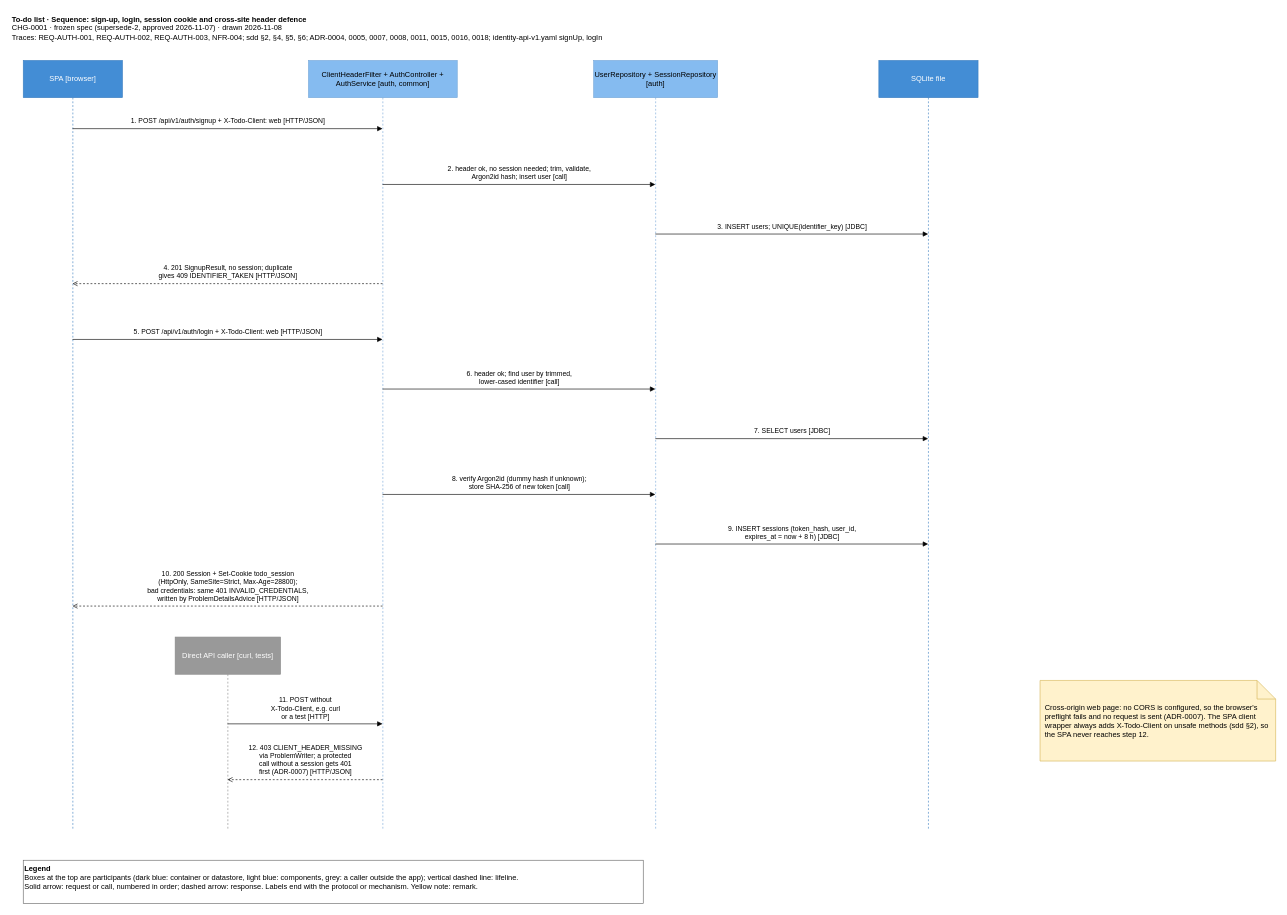
Before: docs/specs/CHG-0001/design/architecture/seq-signup-login.drawio in alokkulkarni/testharness2, a draw.io diagram. Source tidied: cells renumbered, new cells numbered last; positions are measured from the earlier drawing's top-left corner, leaving out a move shared by most shapes. Both pictures are drawn from the tidied source at 62%, with x=0, y=0 at pixel (11, 11).
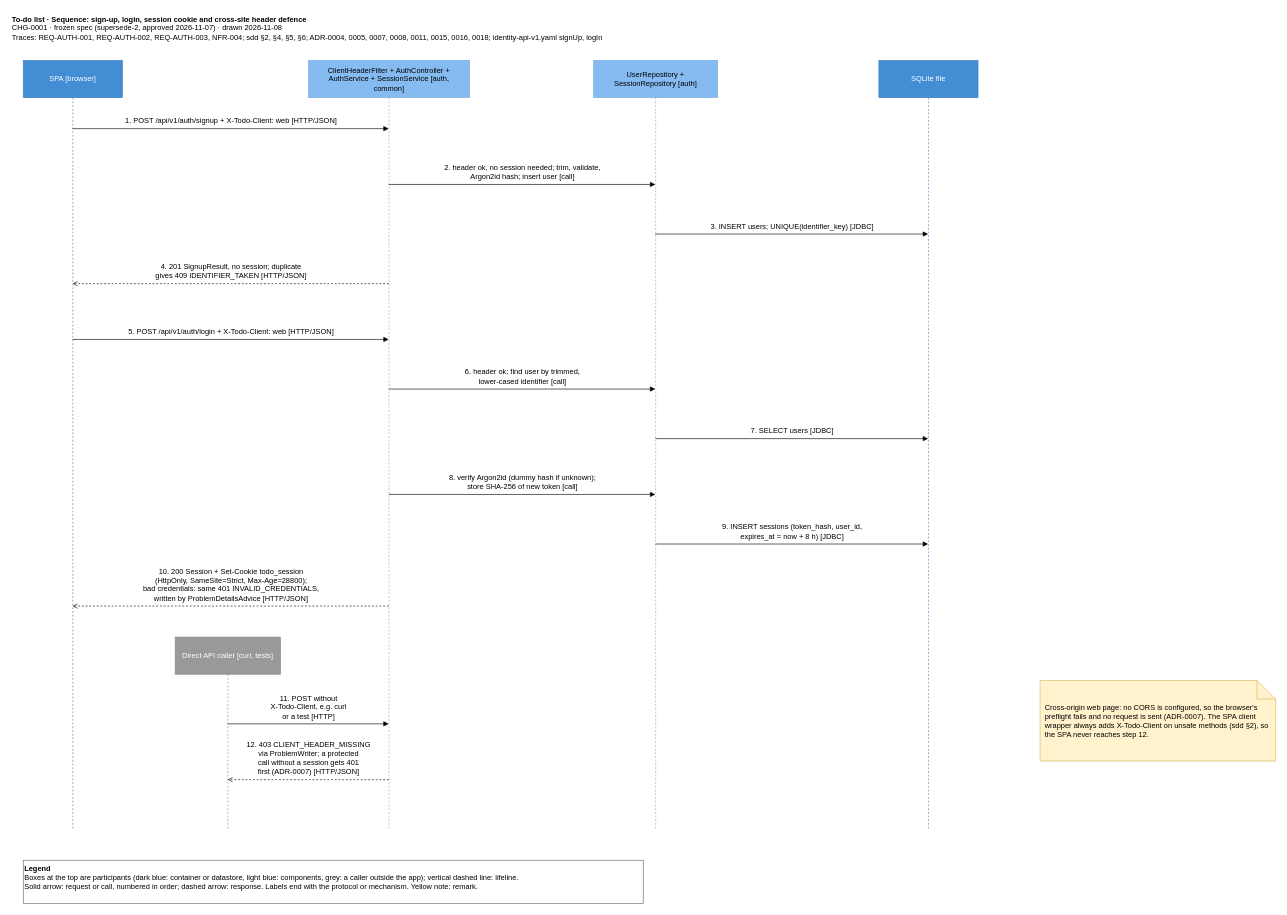
The same page after the edit.

Diff of the diagram source:
```diff
@@
-    <mxCell id="2" value="&lt;b&gt;To-do list · Sequence: sign-up, login, session cookie and cross-site header defence&lt;/b&gt;&lt;br&gt;CHG-0001 · frozen spec (supersede-2, approved 2026-11-07) · drawn 2026-11-08&lt;br&gt;Traces: REQ-AUTH-001, REQ-AUTH-002, REQ-AUTH-003, NFR-004; sdd §2, §4, §5, §6; ADR-0004, 0005, 0007, 0008, 0011, 0015, 0016, 0018; identity-api-v1.yaml signUp, logIn" style="text;harness=title;html=1;align=left;verticalAlign=top;whiteSpace=wrap;" parent="1" vertex="1">
+    <mxCell id="2" value="&lt;b&gt;To-do list · Sequence: sign-up, login, session cookie and cross-site header defence&lt;/b&gt;&lt;br&gt;CHG-0001 · frozen spec (supersede-2, approved 2026-11-07) · drawn 2026-11-08&lt;br&gt;Traces: REQ-AUTH-001, REQ-AUTH-002, REQ-AUTH-003, NFR-004; sdd §2, §4, §5, §6; ADR-0004, 0005, 0007, 0008, 0011, 0015, 0016, 0018; identity-api-v1.yaml signUp, logIn" style="text;fontSize=12;harness=title;html=1;align=left;verticalAlign=top;whiteSpace=wrap;" parent="1" vertex="1">
       <mxGeometry width="1400" height="70" as="geometry" />
     </mxCell>
-    <mxCell id="3" value="SPA [browser]" style="shape=umlLifeline;perimeter=lifelinePerimeter;whiteSpace=wrap;html=1;outlineConnect=0;size=60;fillColor=#438DD5;strokeColor=#3C7FC0;fontColor=#FFFFFF;" parent="1" vertex="1">
+    <mxCell id="3" value="SPA [browser]" style="shape=umlLifeline;fontSize=12;spacingLeft=8;spacingRight=8;perimeter=lifelinePerimeter;whiteSpace=wrap;html=1;outlineConnect=0;size=60;fillColor=#438DD5;strokeColor=#3C7FC0;fontColor=#FFFFFF;" parent="1" vertex="1">
       <mxGeometry x="20" y="80" width="160" height="1240" as="geometry" />
     </mxCell>
-    <mxCell id="4" value="Direct API caller [curl, tests]" style="shape=umlLifeline;perimeter=lifelinePerimeter;whiteSpace=wrap;html=1;outlineConnect=0;size=60;fillColor=#999999;strokeColor=#8A8A8A;fontColor=#FFFFFF;" parent="1" vertex="1">
+    <mxCell id="4" value="Direct API caller [curl, tests]" style="shape=umlLifeline;fontSize=12;spacingLeft=8;spacingRight=8;perimeter=lifelinePerimeter;whiteSpace=wrap;html=1;outlineConnect=0;size=60;fillColor=#999999;strokeColor=#8A8A8A;fontColor=#FFFFFF;" parent="1" vertex="1">
       <mxGeometry x="265" y="1010" width="170" height="310" as="geometry" />
     </mxCell>
-    <mxCell id="5" value="ClientHeaderFilter + AuthController + AuthService [auth, common]" style="shape=umlLifeline;perimeter=lifelinePerimeter;whiteSpace=wrap;html=1;outlineConnect=0;size=60;fillColor=#85BBF0;strokeColor=#78A8D8;" parent="1" vertex="1">
-      <mxGeometry x="480" y="80" width="240" height="1240" as="geometry" />
+    <mxCell id="5" value="ClientHeaderFilter + AuthController + AuthService + SessionService [auth, common]" style="shape=umlLifeline;fontSize=12;spacingLeft=8;spacingRight=8;perimeter=lifelinePerimeter;whiteSpace=wrap;html=1;outlineConnect=0;size=60;fillColor=#85BBF0;strokeColor=#78A8D8;" parent="1" vertex="1">
+      <mxGeometry x="480" y="80" width="260" height="1240" as="geometry" />
     </mxCell>
-    <mxCell id="6" value="UserRepository + SessionRepository [auth]" style="shape=umlLifeline;perimeter=lifelinePerimeter;whiteSpace=wrap;html=1;outlineConnect=0;size=60;fillColor=#85BBF0;strokeColor=#78A8D8;" parent="1" vertex="1">
+    <mxCell id="6" value="UserRepository + SessionRepository [auth]" style="shape=umlLifeline;fontSize=12;spacingLeft=8;spacingRight=8;perimeter=lifelinePerimeter;whiteSpace=wrap;html=1;outlineConnect=0;size=60;fillColor=#85BBF0;strokeColor=#78A8D8;" parent="1" vertex="1">
       <mxGeometry x="940" y="80" width="200" height="1240" as="geometry" />
     </mxCell>
-    <mxCell id="7" value="SQLite file" style="shape=umlLifeline;perimeter=lifelinePerimeter;whiteSpace=wrap;html=1;outlineConnect=0;size=60;fillColor=#438DD5;strokeColor=#3C7FC0;fontColor=#FFFFFF;" parent="1" vertex="1">
+    <mxCell id="7" value="SQLite file" style="shape=umlLifeline;fontSize=12;spacingLeft=8;spacingRight=8;perimeter=lifelinePerimeter;whiteSpace=wrap;html=1;outlineConnect=0;size=60;fillColor=#438DD5;strokeColor=#3C7FC0;fontColor=#FFFFFF;" parent="1" vertex="1">
       <mxGeometry x="1400" y="80" width="160" height="1240" as="geometry" />
     </mxCell>
-    <mxCell id="8" value="1. POST /api/v1/auth/signup + X-Todo-Client: web [HTTP/JSON]" style="html=1;endArrow=block;verticalAlign=bottom;spacingBottom=3;exitX=0.5;exitY=0.0887;entryX=0.5;entryY=0.0887;" parent="1" edge="1" source="3" target="5">
+    <mxCell id="8" value="1. POST /api/v1/auth/signup + X-Todo-Client: web [HTTP/JSON]" style="html=1;fontSize=12;endArrow=block;verticalAlign=bottom;spacingBottom=3;exitX=0.5;exitY=0.0887;entryX=0.5;entryY=0.0887;" parent="1" edge="1" source="3" target="5">
       <mxGeometry relative="1" as="geometry" />
     </mxCell>
-    <mxCell id="9" value="2. header ok, no session needed; trim, validate,&lt;br&gt;Argon2id hash; insert user [call]" style="html=1;endArrow=block;verticalAlign=bottom;spacingBottom=3;exitX=0.5;exitY=0.1613;entryX=0.5;entryY=0.1613;" parent="1" edge="1" source="5" target="6">
+    <mxCell id="9" value="2. header ok, no session needed; trim, validate,&lt;br&gt;Argon2id hash; insert user [call]" style="html=1;fontSize=12;endArrow=block;verticalAlign=bottom;spacingBottom=3;exitX=0.5;exitY=0.1613;entryX=0.5;entryY=0.1613;" parent="1" edge="1" source="5" target="6">
       <mxGeometry relative="1" as="geometry" />
     </mxCell>
-    <mxCell id="10" value="3. INSERT users; UNIQUE(identifier_key) [JDBC]" style="html=1;endArrow=block;verticalAlign=bottom;spacingBottom=3;exitX=0.5;exitY=0.2258;entryX=0.5;entryY=0.2258;" parent="1" edge="1" source="6" target="7">
+    <mxCell id="10" value="3. INSERT users; UNIQUE(identifier_key) [JDBC]" style="html=1;fontSize=12;endArrow=block;verticalAlign=bottom;spacingBottom=3;exitX=0.5;exitY=0.2258;entryX=0.5;entryY=0.2258;" parent="1" edge="1" source="6" target="7">
       <mxGeometry relative="1" as="geometry" />
     </mxCell>
-    <mxCell id="11" value="4. 201 SignupResult, no session; duplicate&lt;br&gt;gives 409 IDENTIFIER_TAKEN [HTTP/JSON]" style="html=1;endArrow=open;dashed=1;verticalAlign=bottom;spacingBottom=3;exitX=0.5;exitY=0.2903;entryX=0.5;entryY=0.2903;" parent="1" edge="1" source="5" target="3">
+    <mxCell id="11" value="4. 201 SignupResult, no session; duplicate&lt;br&gt;gives 409 IDENTIFIER_TAKEN [HTTP/JSON]" style="html=1;fontSize=12;endArrow=open;dashed=1;verticalAlign=bottom;spacingBottom=3;exitX=0.5;exitY=0.2903;entryX=0.5;entryY=0.2903;" parent="1" edge="1" source="5" target="3">
       <mxGeometry relative="1" as="geometry" />
     </mxCell>
-    <mxCell id="12" value="5. POST /api/v1/auth/login + X-Todo-Client: web [HTTP/JSON]" style="html=1;endArrow=block;verticalAlign=bottom;spacingBottom=3;exitX=0.5;exitY=0.3629;entryX=0.5;entryY=0.3629;" parent="1" edge="1" source="3" target="5">
+    <mxCell id="12" value="5. POST /api/v1/auth/login + X-Todo-Client: web [HTTP/JSON]" style="html=1;fontSize=12;endArrow=block;verticalAlign=bottom;spacingBottom=3;exitX=0.5;exitY=0.3629;entryX=0.5;entryY=0.3629;" parent="1" edge="1" source="3" target="5">
       <mxGeometry relative="1" as="geometry" />
     </mxCell>
-    <mxCell id="13" value="6. header ok; find user by trimmed,&lt;br&gt;lower-cased identifier [call]" style="html=1;endArrow=block;verticalAlign=bottom;spacingBottom=3;exitX=0.5;exitY=0.4274;entryX=0.5;entryY=0.4274;" parent="1" edge="1" source="5" target="6">
+    <mxCell id="13" value="6. header ok; find user by trimmed,&lt;br&gt;lower-cased identifier [call]" style="html=1;fontSize=12;endArrow=block;verticalAlign=bottom;spacingBottom=3;exitX=0.5;exitY=0.4274;entryX=0.5;entryY=0.4274;" parent="1" edge="1" source="5" target="6">
       <mxGeometry relative="1" as="geometry" />
     </mxCell>
-    <mxCell id="14" value="7. SELECT users [JDBC]" style="html=1;endArrow=block;verticalAlign=bottom;spacingBottom=3;exitX=0.5;exitY=0.4919;entryX=0.5;entryY=0.4919;" parent="1" edge="1" source="6" target="7">
+    <mxCell id="14" value="7. SELECT users [JDBC]" style="html=1;fontSize=12;endArrow=block;verticalAlign=bottom;spacingBottom=3;exitX=0.5;exitY=0.4919;entryX=0.5;entryY=0.4919;" parent="1" edge="1" source="6" target="7">
       <mxGeometry relative="1" as="geometry" />
     </mxCell>
-    <mxCell id="15" value="8. verify Argon2id (dummy hash if unknown);&lt;br&gt;store SHA-256 of new token [call]" style="html=1;endArrow=block;verticalAlign=bottom;spacingBottom=3;exitX=0.5;exitY=0.5645;entryX=0.5;entryY=0.5645;" parent="1" edge="1" source="5" target="6">
+    <mxCell id="15" value="8. verify Argon2id (dummy hash if unknown);&lt;br&gt;store SHA-256 of new token [call]" style="html=1;fontSize=12;endArrow=block;verticalAlign=bottom;spacingBottom=3;exitX=0.5;exitY=0.5645;entryX=0.5;entryY=0.5645;" parent="1" edge="1" source="5" target="6">
       <mxGeometry relative="1" as="geometry" />
     </mxCell>
-    <mxCell id="16" value="9. INSERT sessions (token_hash, user_id,&lt;br&gt;expires_at = now + 8 h) [JDBC]" style="html=1;endArrow=block;verticalAlign=bottom;spacingBottom=3;exitX=0.5;exitY=0.629;entryX=0.5;entryY=0.629;" parent="1" edge="1" source="6" target="7">
+    <mxCell id="16" value="9. INSERT sessions (token_hash, user_id,&lt;br&gt;expires_at = now + 8 h) [JDBC]" style="html=1;fontSize=12;endArrow=block;verticalAlign=bottom;spacingBottom=3;exitX=0.5;exitY=0.629;entryX=0.5;entryY=0.629;" parent="1" edge="1" source="6" target="7">
       <mxGeometry relative="1" as="geometry" />
     </mxCell>
-    <mxCell id="17" value="10. 200 Session + Set-Cookie todo_session&lt;br&gt;(HttpOnly, SameSite=Strict, Max-Age=28800);&lt;br&gt;bad credentials: same 401 INVALID_CREDENTIALS,&lt;br&gt;written by ProblemDetailsAdvice [HTTP/JSON]" style="html=1;endArrow=open;dashed=1;verticalAlign=bottom;spacingBottom=3;exitX=0.5;exitY=0.7097;entryX=0.5;entryY=0.7097;" parent="1" edge="1" source="5" target="3">
+    <mxCell id="17" value="10. 200 Session + Set-Cookie todo_session&lt;br&gt;(HttpOnly, SameSite=Strict, Max-Age=28800);&lt;br&gt;bad credentials: same 401 INVALID_CREDENTIALS,&lt;br&gt;written by ProblemDetailsAdvice [HTTP/JSON]" style="html=1;fontSize=12;endArrow=open;dashed=1;verticalAlign=bottom;spacingBottom=3;exitX=0.5;exitY=0.7097;entryX=0.5;entryY=0.7097;" parent="1" edge="1" source="5" target="3">
       <mxGeometry relative="1" as="geometry" />
     </mxCell>
-    <mxCell id="18" value="11. POST without&lt;br&gt;X-Todo-Client, e.g. curl&lt;br&gt;or a test [HTTP]" style="html=1;endArrow=block;verticalAlign=bottom;spacingBottom=3;exitX=0.5;exitY=0.4516;entryX=0.5;entryY=0.8629;" parent="1" edge="1" source="4" target="5">
+    <mxCell id="18" value="11. POST without&lt;br&gt;X-Todo-Client, e.g. curl&lt;br&gt;or a test [HTTP]" style="html=1;fontSize=12;endArrow=block;verticalAlign=bottom;spacingBottom=3;exitX=0.5;exitY=0.4516;entryX=0.5;entryY=0.8629;" parent="1" edge="1" source="4" target="5">
       <mxGeometry relative="1" as="geometry" />
     </mxCell>
-    <mxCell id="19" value="12. 403 CLIENT_HEADER_MISSING&lt;br&gt;via ProblemWriter; a protected&lt;br&gt;call without a session gets 401&lt;br&gt;first (ADR-0007) [HTTP/JSON]" style="html=1;endArrow=open;dashed=1;verticalAlign=bottom;spacingBottom=3;exitX=0.5;exitY=0.9355;entryX=0.5;entryY=0.7419;" parent="1" edge="1" source="5" target="4">
+    <mxCell id="19" value="12. 403 CLIENT_HEADER_MISSING&lt;br&gt;via ProblemWriter; a protected&lt;br&gt;call without a session gets 401&lt;br&gt;first (ADR-0007) [HTTP/JSON]" style="html=1;fontSize=12;endArrow=open;dashed=1;verticalAlign=bottom;spacingBottom=3;exitX=0.5;exitY=0.9355;entryX=0.5;entryY=0.7419;" parent="1" edge="1" source="5" target="4">
       <mxGeometry relative="1" as="geometry" />
     </mxCell>
-    <mxCell id="20" value="Cross-origin web page: no CORS is configured, so the browser's preflight fails and no request is sent (ADR-0007). The SPA client wrapper always adds X-Todo-Client on unsafe methods (sdd §2), so the SPA never reaches step 12." style="shape=note;whiteSpace=wrap;html=1;fillColor=#FFF2CC;strokeColor=#D6B656;align=left;spacingLeft=6;" parent="1" vertex="1">
+    <mxCell id="20" value="Cross-origin web page: no CORS is configured, so the browser's preflight fails and no request is sent (ADR-0007). The SPA client wrapper always adds X-Todo-Client on unsafe methods (sdd §2), so the SPA never reaches step 12." style="shape=note;fontSize=12;whiteSpace=wrap;html=1;fillColor=#FFF2CC;strokeColor=#D6B656;align=left;spacingLeft=6;" parent="1" vertex="1">
       <mxGeometry x="1660" y="1080" width="380" height="130" as="geometry" />
     </mxCell>
-    <mxCell id="21" value="&lt;b&gt;Legend&lt;/b&gt;&lt;br&gt;Boxes at the top are participants (dark blue: container or datastore, light blue: components, grey: a caller outside the app); vertical dashed line: lifeline.&lt;br&gt;Solid arrow: request or call, numbered in order; dashed arrow: response. Labels end with the protocol or mechanism. Yellow note: remark." style="text;harness=legend;html=1;align=left;verticalAlign=top;whiteSpace=wrap;strokeColor=#666666;" parent="1" vertex="1">
+    <mxCell id="21" value="&lt;b&gt;Legend&lt;/b&gt;&lt;br&gt;Boxes at the top are participants (dark blue: container or datastore, light blue: components, grey: a caller outside the app); vertical dashed line: lifeline.&lt;br&gt;Solid arrow: request or call, numbered in order; dashed arrow: response. Labels end with the protocol or mechanism. Yellow note: remark." style="text;fontSize=12;harness=legend;html=1;align=left;verticalAlign=top;whiteSpace=wrap;strokeColor=#666666;" parent="1" vertex="1">
       <mxGeometry x="20" y="1370" width="1000" height="70" as="geometry" />
     </mxCell>
```
